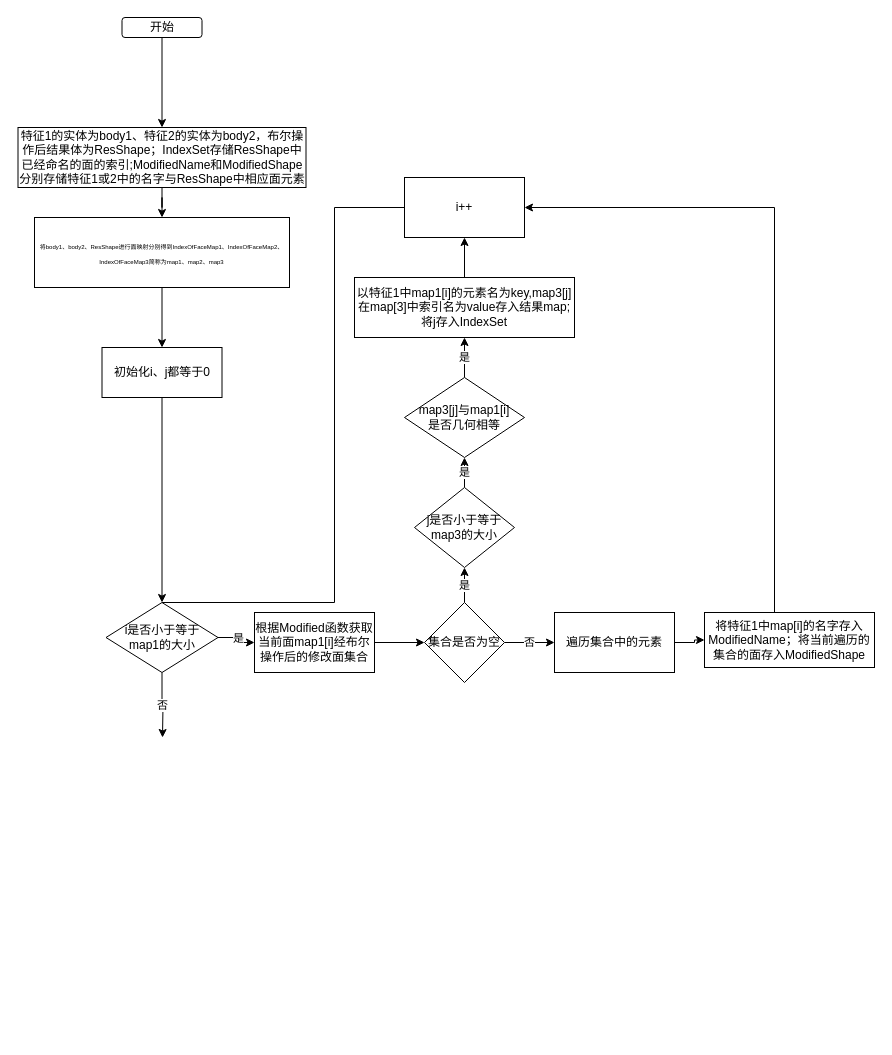
Above: 属性传递机制.drawio in liuhuliuhu123/First-test (draw.io), before the change. Source tidied: cells renumbered, new cells numbered last; positions are measured from the earlier drawing's top-left corner, leaving out a move shared by most shapes. Both pictures are drawn from the tidied source at 100%, with x=0, y=0 at pixel (18, 17).
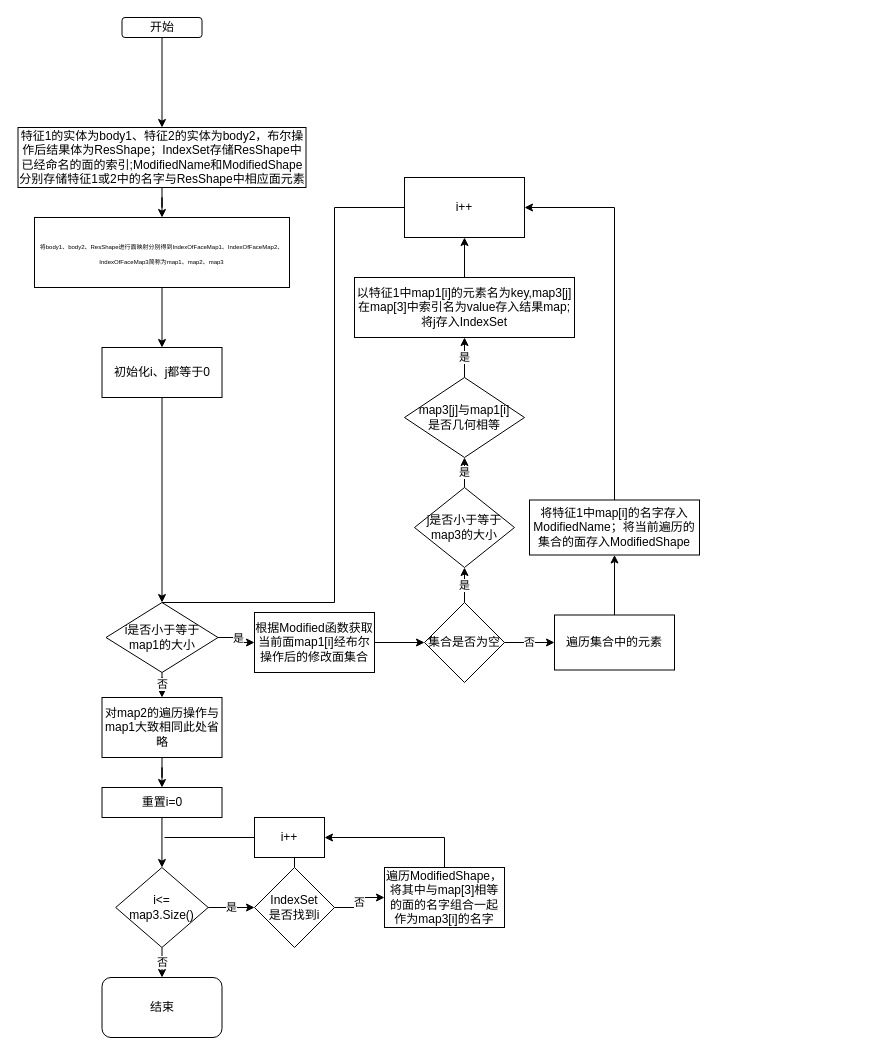
The same page after the edit.

Commit message (it also covers changes not shown here):
更新属性传递机制.drawio

Unchanged cells that the change refers to:
```xml
<mxCell id="8" value="i是否小于等于&lt;br&gt;map1的大小" style="rhombus;whiteSpace=wrap;html=1;" parent="1" vertex="1">
  <mxGeometry x="87.5" y="585" width="112" height="70" as="geometry" />
</mxCell>
<mxCell id="21" value="i++" style="rounded=0;whiteSpace=wrap;html=1;" parent="1" vertex="1">
  <mxGeometry x="386" y="160" width="120" height="60" as="geometry" />
</mxCell>
```

Change to the diagram source:
```diff
@@
-    <mxCell id="6" value="否" style="edgeStyle=orthogonalEdgeStyle;rounded=0;jettySize=auto;html=1;" parent="1" edge="1" source="8">
-      <mxGeometry relative="1" as="geometry">
-        <mxPoint x="144" y="720" as="targetPoint" />
-      </mxGeometry>
+    <mxCell id="6" value="否" style="edgeStyle=orthogonalEdgeStyle;rounded=0;jettySize=auto;html=1;entryX=0.5;entryY=0;entryDx=0;entryDy=0;" parent="1" edge="1" source="8" target="32">
+      <mxGeometry relative="1" as="geometry" />
     </mxCell>
@@
-    <mxCell id="17" style="edgeStyle=orthogonalEdgeStyle;rounded=0;jettySize=auto;html=1;entryX=0;entryY=0.5;entryDx=0;entryDy=0;" parent="1" edge="1" source="18" target="30">
+    <mxCell id="17" style="edgeStyle=orthogonalEdgeStyle;rounded=0;jettySize=auto;html=1;entryX=0.5;entryY=1;entryDx=0;entryDy=0;" parent="1" edge="1" source="18" target="30">
       <mxGeometry relative="1" as="geometry" />
     </mxCell>
     <mxCell id="18" value="遍历集合中的元素" style="rounded=0;whiteSpace=wrap;html=1;" parent="1" vertex="1">
-      <mxGeometry x="536" y="595" width="120" height="60" as="geometry" />
+      <mxGeometry x="536" y="597.5" width="120" height="55" as="geometry" />
     </mxCell>
@@
     <mxCell id="29" style="edgeStyle=orthogonalEdgeStyle;rounded=0;jettySize=auto;html=1;entryX=1;entryY=0.5;entryDx=0;entryDy=0;" parent="1" edge="1" source="30" target="21">
       <mxGeometry relative="1" as="geometry">
         <Array as="points">
-          <mxPoint x="756" y="190" />
+          <mxPoint x="596" y="190" />
         </Array>
       </mxGeometry>
     </mxCell>
     <mxCell id="30" value="将特征1中map[i]的名字存入ModifiedName；将当前遍历的集合的面存入ModifiedShape" style="rounded=0;whiteSpace=wrap;html=1;" parent="1" vertex="1">
-      <mxGeometry x="686" y="595" width="170" height="55" as="geometry" />
+      <mxGeometry x="511" y="482.5" width="170" height="55" as="geometry" />
     </mxCell>
+    <mxCell id="31" style="edgeStyle=orthogonalEdgeStyle;rounded=0;jettySize=auto;html=1;entryX=0.5;entryY=0;entryDx=0;entryDy=0;" parent="1" edge="1" source="32" target="34">
+      <mxGeometry relative="1" as="geometry" />
+    </mxCell>
+    <mxCell id="32" value="对map2的遍历操作与map1大致相同此处省略" style="rounded=0;whiteSpace=wrap;html=1;" parent="1" vertex="1">
+      <mxGeometry x="83.5" y="680" width="120" height="60" as="geometry" />
+    </mxCell>
+    <mxCell id="33" style="edgeStyle=orthogonalEdgeStyle;rounded=0;jettySize=auto;html=1;entryX=0.5;entryY=0;entryDx=0;entryDy=0;" parent="1" edge="1" source="34" target="37">
+      <mxGeometry relative="1" as="geometry" />
+    </mxCell>
+    <mxCell id="34" value="重置i=0" style="rounded=0;whiteSpace=wrap;html=1;" parent="1" vertex="1">
+      <mxGeometry x="83.5" y="770" width="120" height="30" as="geometry" />
+    </mxCell>
+    <mxCell id="35" value="是" style="edgeStyle=orthogonalEdgeStyle;rounded=0;jettySize=auto;html=1;entryX=0;entryY=0.5;entryDx=0;entryDy=0;" parent="1" edge="1" source="37" target="40">
+      <mxGeometry relative="1" as="geometry" />
+    </mxCell>
+    <mxCell id="36" value="否" style="edgeStyle=orthogonalEdgeStyle;rounded=0;jettySize=auto;html=1;entryX=0.5;entryY=0;entryDx=0;entryDy=0;" parent="1" edge="1" source="37" target="44">
+      <mxGeometry relative="1" as="geometry" />
+    </mxCell>
+    <mxCell id="37" value="i&amp;lt;=&lt;br&gt;map3.Size()" style="rhombus;whiteSpace=wrap;html=1;" parent="1" vertex="1">
+      <mxGeometry x="97.2" y="850" width="92.5" height="80" as="geometry" />
+    </mxCell>
+    <mxCell id="38" value="否" style="edgeStyle=orthogonalEdgeStyle;rounded=0;jettySize=auto;html=1;entryX=0;entryY=0.5;entryDx=0;entryDy=0;" parent="1" edge="1" source="40" target="42">
+      <mxGeometry relative="1" as="geometry" />
+    </mxCell>
+    <mxCell id="39" style="edgeStyle=orthogonalEdgeStyle;rounded=0;jettySize=auto;html=1;entryX=0.5;entryY=1;entryDx=0;entryDy=0;" parent="1" edge="1" source="40" target="43">
+      <mxGeometry relative="1" as="geometry" />
+    </mxCell>
+    <mxCell id="40" value="IndexSet&lt;br&gt;是否找到i" style="rhombus;whiteSpace=wrap;html=1;" parent="1" vertex="1">
+      <mxGeometry x="236" y="850" width="80" height="80" as="geometry" />
+    </mxCell>
+    <mxCell id="41" style="edgeStyle=orthogonalEdgeStyle;rounded=0;jettySize=auto;html=1;entryX=1;entryY=0.5;entryDx=0;entryDy=0;" parent="1" edge="1" source="42" target="43">
+      <mxGeometry relative="1" as="geometry">
+        <Array as="points">
+          <mxPoint x="426" y="820" />
+        </Array>
+      </mxGeometry>
+    </mxCell>
+    <mxCell id="42" value="遍历ModifiedShape，将其中与map[3]相等的面的名字组合一起作为map3[i]的名字" style="rounded=0;whiteSpace=wrap;html=1;" parent="1" vertex="1">
+      <mxGeometry x="366" y="850" width="120" height="60" as="geometry" />
+    </mxCell>
+    <mxCell id="43" value="i++" style="rounded=0;whiteSpace=wrap;html=1;" parent="1" vertex="1">
+      <mxGeometry x="236" y="800" width="70" height="40" as="geometry" />
+    </mxCell>
+    <mxCell id="44" value="结束" style="rounded=1;whiteSpace=wrap;html=1;" parent="1" vertex="1">
+      <mxGeometry x="83.5" y="960" width="120" height="60" as="geometry" />
+    </mxCell>
+    <mxCell id="45" style="endArrow=none;html=1;rounded=0;entryX=0;entryY=0.5;entryDx=0;entryDy=0;" parent="1" edge="1" target="43">
+      <mxGeometry relative="1" as="geometry">
+        <mxPoint x="146" y="820" as="sourcePoint" />
+      </mxGeometry>
+    </mxCell>
```
